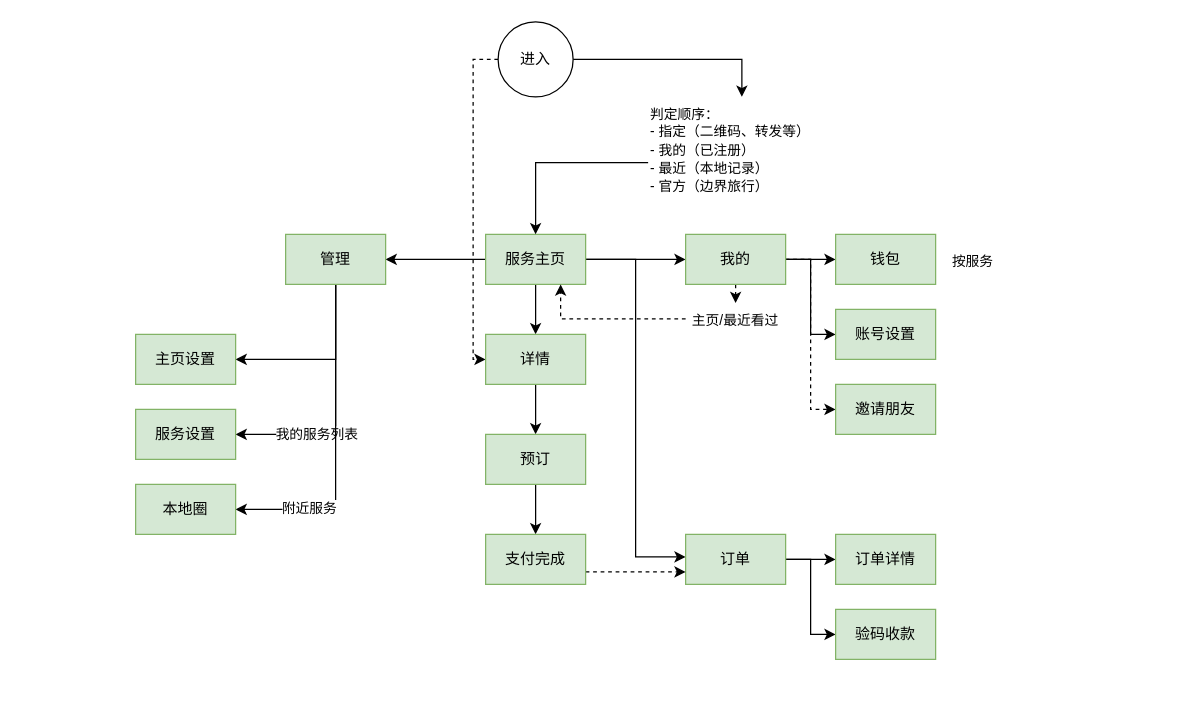
This is bluedge.drawio from sunkeyfong/flowcharts, a draw.io file, before an edit. Source tidied: cells renumbered, new cells numbered last; positions are measured from the earlier drawing's top-left corner, leaving out a move shared by most shapes. Both pictures are drawn from the tidied source at 125%, with x=0, y=0 at pixel (135, 21).
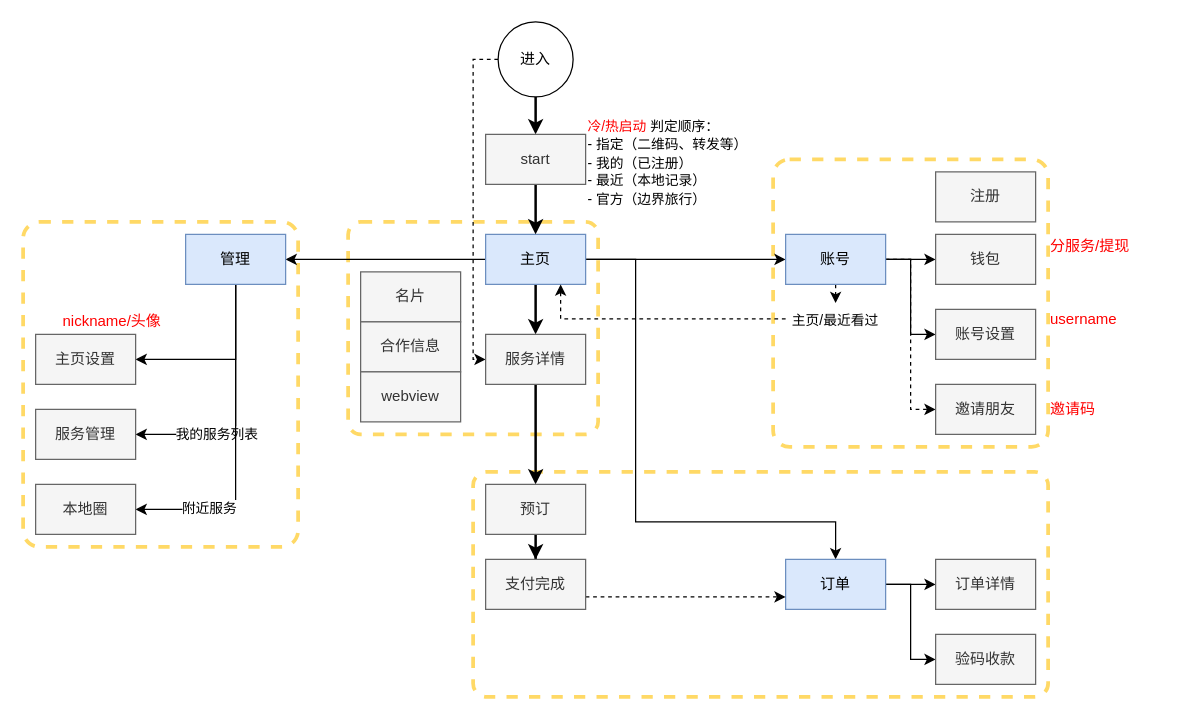
After the change.

The change refers to these unchanged cells:
```xml
<mxCell id="4" value="进入" style="ellipse;whiteSpace=wrap;html=1;" parent="1" vertex="1">
  <mxGeometry x="290" width="60" height="60" as="geometry" />
</mxCell>
```

Diff of the diagram source:
```diff
@@
-    <mxCell id="2" style="edgeStyle=orthogonalEdgeStyle;rounded=0;jettySize=auto;html=1;exitX=1;exitY=0.5;exitDx=0;exitDy=0;entryX=0.5;entryY=0;entryDx=0;entryDy=0;" parent="1" edge="1" source="4" target="11">
-      <mxGeometry relative="1" as="geometry" />
-    </mxCell>
+    <mxCell id="43" style="rounded=1;whiteSpace=wrap;html=1;fillColor=none;dashed=1;sketch=0;arcSize=6;strokeColor=#FFD966;strokeWidth=3;" parent="1" vertex="1">
+      <mxGeometry x="510" y="110" width="220" height="230" as="geometry" />
+    </mxCell>
+    <mxCell id="44" style="rounded=1;whiteSpace=wrap;html=1;fillColor=none;dashed=1;sketch=0;arcSize=6;strokeColor=#FFD966;strokeWidth=3;" parent="1" vertex="1">
+      <mxGeometry x="-90" y="160" width="220" height="260" as="geometry" />
+    </mxCell>
+    <mxCell id="45" style="rounded=1;whiteSpace=wrap;html=1;fillColor=none;dashed=1;sketch=0;arcSize=6;strokeColor=#FFD966;strokeWidth=3;" parent="1" vertex="1">
+      <mxGeometry x="170" y="160" width="200" height="170" as="geometry" />
+    </mxCell>
+    <mxCell id="46" style="rounded=1;whiteSpace=wrap;html=1;fillColor=none;dashed=1;sketch=0;arcSize=6;strokeColor=#FFD966;strokeWidth=3;" parent="1" vertex="1">
+      <mxGeometry x="270" y="360" width="460" height="180" as="geometry" />
+    </mxCell>
@@
+    <mxCell id="47" style="edgeStyle=orthogonalEdgeStyle;rounded=0;jettySize=auto;html=1;strokeColor=#000000;strokeWidth=2;fontColor=#FF0000;" parent="1" edge="1" source="4" target="57">
+      <mxGeometry relative="1" as="geometry" />
+    </mxCell>
@@
-    <mxCell id="5" style="edgeStyle=orthogonalEdgeStyle;rounded=0;jettySize=auto;html=1;" parent="1" edge="1" source="9" target="13">
+    <mxCell id="5" style="edgeStyle=orthogonalEdgeStyle;rounded=0;jettySize=auto;html=1;strokeWidth=2;" parent="1" edge="1" source="9" target="13">
       <mxGeometry relative="1" as="geometry" />
     </mxCell>
     <mxCell id="6" style="edgeStyle=orthogonalEdgeStyle;rounded=0;jettySize=auto;html=1;" parent="1" edge="1" source="9" target="21">
       <mxGeometry relative="1" as="geometry">
         <Array as="points">
           <mxPoint x="400" y="190" />
-          <mxPoint x="400" y="428" />
+          <mxPoint x="400" y="400" />
+          <mxPoint x="560" y="400" />
         </Array>
       </mxGeometry>
     </mxCell>
@@
-    <mxCell id="9" value="服务主页" style="rounded=0;whiteSpace=wrap;html=1;fillColor=#d5e8d4;strokeColor=#82b366;" parent="1" vertex="1">
+    <mxCell id="9" value="主页" style="rounded=0;whiteSpace=wrap;html=1;fillColor=#dae8fc;strokeColor=#6c8ebf;" parent="1" vertex="1">
       <mxGeometry x="280" y="170" width="80" height="40" as="geometry" />
     </mxCell>
-    <mxCell id="10" style="edgeStyle=orthogonalEdgeStyle;rounded=0;jettySize=auto;html=1;exitX=0;exitY=0.75;exitDx=0;exitDy=0;entryX=0.5;entryY=0;entryDx=0;entryDy=0;" parent="1" edge="1" source="11" target="9">
-      <mxGeometry relative="1" as="geometry" />
-    </mxCell>
-    <mxCell id="11" value="&lt;span style=&quot;color: rgb(0 , 0 , 0) ; font-family: &amp;#34;helvetica&amp;#34; ; font-size: 11px ; font-style: normal ; font-weight: normal ; letter-spacing: normal ; text-align: center ; text-indent: 0px ; text-transform: none ; word-spacing: 0px ; background-color: rgb(255 , 255 , 255) ; text-decoration: none ; display: inline ; float: none&quot;&gt;判定顺序：&lt;br&gt;- 指定（二维码、转发等）&lt;/span&gt;&lt;br style=&quot;color: rgb(0 , 0 , 0) ; font-family: &amp;#34;helvetica&amp;#34; ; font-size: 11px ; font-style: normal ; font-weight: normal ; letter-spacing: normal ; text-align: center ; text-indent: 0px ; text-transform: none ; word-spacing: 0px ; background-color: rgb(255 , 255 , 255) ; text-decoration: none&quot;&gt;&lt;span style=&quot;color: rgb(0 , 0 , 0) ; font-family: &amp;#34;helvetica&amp;#34; ; font-size: 11px ; font-style: normal ; font-weight: normal ; letter-spacing: normal ; text-align: center ; text-indent: 0px ; text-transform: none ; word-spacing: 0px ; background-color: rgb(255 , 255 , 255) ; text-decoration: none ; display: inline ; float: none&quot;&gt;- 我的（已注册）&lt;/span&gt;&lt;br style=&quot;color: rgb(0 , 0 , 0) ; font-family: &amp;#34;helvetica&amp;#34; ; font-size: 11px ; font-style: normal ; font-weight: normal ; letter-spacing: normal ; text-align: center ; text-indent: 0px ; text-transform: none ; word-spacing: 0px ; background-color: rgb(255 , 255 , 255) ; text-decoration: none&quot;&gt;&lt;span style=&quot;color: rgb(0 , 0 , 0) ; font-family: &amp;#34;helvetica&amp;#34; ; font-size: 11px ; font-style: normal ; font-weight: normal ; letter-spacing: normal ; text-align: center ; text-indent: 0px ; text-transform: none ; word-spacing: 0px ; background-color: rgb(255 , 255 , 255) ; text-decoration: none ; display: inline ; float: none&quot;&gt;- 最近（本地记录）&lt;/span&gt;&lt;br style=&quot;color: rgb(0 , 0 , 0) ; font-family: &amp;#34;helvetica&amp;#34; ; font-size: 11px ; font-style: normal ; font-weight: normal ; letter-spacing: normal ; text-align: center ; text-indent: 0px ; text-transform: none ; word-spacing: 0px ; background-color: rgb(255 , 255 , 255) ; text-decoration: none&quot;&gt;&lt;span style=&quot;color: rgb(0 , 0 , 0) ; font-family: &amp;#34;helvetica&amp;#34; ; font-size: 11px ; font-style: normal ; font-weight: normal ; letter-spacing: normal ; text-align: center ; text-indent: 0px ; text-transform: none ; word-spacing: 0px ; background-color: rgb(255 , 255 , 255) ; text-decoration: none ; display: inline ; float: none&quot;&gt;- 官方（边界旅行）&lt;/span&gt;" style="text;whiteSpace=wrap;html=1;" parent="1" vertex="1">
-      <mxGeometry x="410" y="60" width="150" height="70" as="geometry" />
+    <mxCell id="11" value="&lt;span style=&quot;font-family: &amp;#34;helvetica&amp;#34; ; font-size: 11px ; font-style: normal ; font-weight: normal ; letter-spacing: normal ; text-align: center ; text-indent: 0px ; text-transform: none ; word-spacing: 0px ; background-color: rgb(255 , 255 , 255) ; text-decoration: none ; display: inline ; float: none&quot;&gt;&lt;font color=&quot;#ff0000&quot;&gt;冷/热启动&lt;/font&gt;&lt;/span&gt;&lt;span style=&quot;color: rgb(0 , 0 , 0) ; font-family: &amp;#34;helvetica&amp;#34; ; font-size: 11px ; font-style: normal ; font-weight: normal ; letter-spacing: normal ; text-align: center ; text-indent: 0px ; text-transform: none ; word-spacing: 0px ; background-color: rgb(255 , 255 , 255) ; text-decoration: none ; display: inline ; float: none&quot;&gt;&amp;nbsp;判定顺序：&lt;br&gt;- 指定（二维码、转发等）&lt;/span&gt;&lt;br style=&quot;color: rgb(0 , 0 , 0) ; font-family: &amp;#34;helvetica&amp;#34; ; font-size: 11px ; font-style: normal ; font-weight: normal ; letter-spacing: normal ; text-align: center ; text-indent: 0px ; text-transform: none ; word-spacing: 0px ; background-color: rgb(255 , 255 , 255) ; text-decoration: none&quot;&gt;&lt;span style=&quot;color: rgb(0 , 0 , 0) ; font-family: &amp;#34;helvetica&amp;#34; ; font-size: 11px ; font-style: normal ; font-weight: normal ; letter-spacing: normal ; text-align: center ; text-indent: 0px ; text-transform: none ; word-spacing: 0px ; background-color: rgb(255 , 255 , 255) ; text-decoration: none ; display: inline ; float: none&quot;&gt;- 我的（已注册）&lt;/span&gt;&lt;br style=&quot;color: rgb(0 , 0 , 0) ; font-family: &amp;#34;helvetica&amp;#34; ; font-size: 11px ; font-style: normal ; font-weight: normal ; letter-spacing: normal ; text-align: center ; text-indent: 0px ; text-transform: none ; word-spacing: 0px ; background-color: rgb(255 , 255 , 255) ; text-decoration: none&quot;&gt;&lt;span style=&quot;color: rgb(0 , 0 , 0) ; font-family: &amp;#34;helvetica&amp;#34; ; font-size: 11px ; font-style: normal ; font-weight: normal ; letter-spacing: normal ; text-align: center ; text-indent: 0px ; text-transform: none ; word-spacing: 0px ; background-color: rgb(255 , 255 , 255) ; text-decoration: none ; display: inline ; float: none&quot;&gt;- 最近（本地记录）&lt;/span&gt;&lt;br style=&quot;color: rgb(0 , 0 , 0) ; font-family: &amp;#34;helvetica&amp;#34; ; font-size: 11px ; font-style: normal ; font-weight: normal ; letter-spacing: normal ; text-align: center ; text-indent: 0px ; text-transform: none ; word-spacing: 0px ; background-color: rgb(255 , 255 , 255) ; text-decoration: none&quot;&gt;&lt;span style=&quot;color: rgb(0 , 0 , 0) ; font-family: &amp;#34;helvetica&amp;#34; ; font-size: 11px ; font-style: normal ; font-weight: normal ; letter-spacing: normal ; text-align: center ; text-indent: 0px ; text-transform: none ; word-spacing: 0px ; background-color: rgb(255 , 255 , 255) ; text-decoration: none ; display: inline ; float: none&quot;&gt;- 官方（边界旅行）&lt;/span&gt;" style="text;whiteSpace=wrap;html=1;" parent="1" vertex="1">
+      <mxGeometry x="360" y="70" width="150" height="70" as="geometry" />
     </mxCell>
-    <mxCell id="12" style="edgeStyle=orthogonalEdgeStyle;rounded=0;jettySize=auto;html=1;startArrow=none;startFill=0;" parent="1" edge="1" source="13" target="23">
+    <mxCell id="12" style="edgeStyle=orthogonalEdgeStyle;rounded=0;jettySize=auto;html=1;startArrow=none;startFill=0;strokeWidth=2;" parent="1" edge="1" source="13" target="23">
       <mxGeometry relative="1" as="geometry" />
     </mxCell>
-    <mxCell id="13" value="详情" style="rounded=0;whiteSpace=wrap;html=1;fillColor=#d5e8d4;strokeColor=#82b366;" parent="1" vertex="1">
+    <mxCell id="13" value="服务详情" style="rounded=0;whiteSpace=wrap;html=1;fillColor=#f5f5f5;strokeColor=#666666;fontColor=#333333;" parent="1" vertex="1">
       <mxGeometry x="280" y="250" width="80" height="40" as="geometry" />
     </mxCell>
@@
-    <mxCell id="18" value="我的" style="rounded=0;whiteSpace=wrap;html=1;fillColor=#d5e8d4;strokeColor=#82b366;" parent="1" vertex="1">
-      <mxGeometry x="440" y="170" width="80" height="40" as="geometry" />
+    <mxCell id="18" value="账号" style="rounded=0;whiteSpace=wrap;html=1;fillColor=#dae8fc;strokeColor=#6c8ebf;" parent="1" vertex="1">
+      <mxGeometry x="520" y="170" width="80" height="40" as="geometry" />
     </mxCell>
@@
-    <mxCell id="21" value="订单" style="rounded=0;whiteSpace=wrap;html=1;fillColor=#d5e8d4;strokeColor=#82b366;" parent="1" vertex="1">
-      <mxGeometry x="440" y="410" width="80" height="40" as="geometry" />
+    <mxCell id="21" value="订单" style="rounded=0;whiteSpace=wrap;html=1;fillColor=#dae8fc;strokeColor=#6c8ebf;" parent="1" vertex="1">
+      <mxGeometry x="520" y="430" width="80" height="40" as="geometry" />
     </mxCell>
-    <mxCell id="22" style="edgeStyle=orthogonalEdgeStyle;rounded=0;jettySize=auto;html=1;startArrow=none;startFill=0;" parent="1" edge="1" source="23" target="25">
+    <mxCell id="22" style="edgeStyle=orthogonalEdgeStyle;rounded=0;jettySize=auto;html=1;startArrow=none;startFill=0;strokeWidth=2;" parent="1" edge="1" source="23" target="25">
       <mxGeometry relative="1" as="geometry" />
     </mxCell>
-    <mxCell id="23" value="预订" style="rounded=0;whiteSpace=wrap;html=1;fillColor=#d5e8d4;strokeColor=#82b366;" parent="1" vertex="1">
-      <mxGeometry x="280" y="330" width="80" height="40" as="geometry" />
+    <mxCell id="23" value="预订" style="rounded=0;whiteSpace=wrap;html=1;fillColor=#f5f5f5;strokeColor=#666666;fontColor=#333333;" parent="1" vertex="1">
+      <mxGeometry x="280" y="370" width="80" height="40" as="geometry" />
     </mxCell>
     <mxCell id="24" style="edgeStyle=orthogonalEdgeStyle;rounded=0;jettySize=auto;html=1;startArrow=none;startFill=0;dashed=1;exitX=1;exitY=0.75;exitDx=0;exitDy=0;" parent="1" edge="1" source="25">
       <mxGeometry relative="1" as="geometry">
-        <mxPoint x="440" y="440" as="targetPoint" />
-        <Array as="points">
-          <mxPoint x="390" y="440" />
-          <mxPoint x="390" y="440" />
-        </Array>
+        <mxPoint x="520" y="460" as="targetPoint" />
       </mxGeometry>
     </mxCell>
-    <mxCell id="25" value="支付完成" style="rounded=0;whiteSpace=wrap;html=1;fillColor=#d5e8d4;strokeColor=#82b366;" parent="1" vertex="1">
-      <mxGeometry x="280" y="410" width="80" height="40" as="geometry" />
+    <mxCell id="25" value="支付完成" style="rounded=0;whiteSpace=wrap;html=1;fillColor=#f5f5f5;strokeColor=#666666;fontColor=#333333;" parent="1" vertex="1">
+      <mxGeometry x="280" y="430" width="80" height="40" as="geometry" />
     </mxCell>
-    <mxCell id="26" value="订单详情" style="rounded=0;whiteSpace=wrap;html=1;fillColor=#d5e8d4;strokeColor=#82b366;" parent="1" vertex="1">
-      <mxGeometry x="560" y="410" width="80" height="40" as="geometry" />
+    <mxCell id="26" value="订单详情" style="rounded=0;whiteSpace=wrap;html=1;fillColor=#f5f5f5;strokeColor=#666666;fontColor=#333333;" parent="1" vertex="1">
+      <mxGeometry x="640" y="430" width="80" height="40" as="geometry" />
     </mxCell>
@@
-    <mxCell id="32" value="管理" style="rounded=0;whiteSpace=wrap;html=1;fillColor=#d5e8d4;strokeColor=#82b366;" parent="1" vertex="1">
-      <mxGeometry x="120" y="170" width="80" height="40" as="geometry" />
+    <mxCell id="32" value="管理" style="rounded=0;whiteSpace=wrap;html=1;fillColor=#dae8fc;strokeColor=#6c8ebf;" parent="1" vertex="1">
+      <mxGeometry x="40" y="170" width="80" height="40" as="geometry" />
     </mxCell>
-    <mxCell id="33" value="服务设置" style="rounded=0;whiteSpace=wrap;html=1;fillColor=#d5e8d4;strokeColor=#82b366;" parent="1" vertex="1">
-      <mxGeometry y="310" width="80" height="40" as="geometry" />
+    <mxCell id="33" value="服务管理" style="rounded=0;whiteSpace=wrap;html=1;fillColor=#f5f5f5;strokeColor=#666666;fontColor=#333333;" parent="1" vertex="1">
+      <mxGeometry x="-80" y="310" width="80" height="40" as="geometry" />
     </mxCell>
-    <mxCell id="34" value="账号设置" style="rounded=0;whiteSpace=wrap;html=1;fillColor=#d5e8d4;strokeColor=#82b366;" parent="1" vertex="1">
-      <mxGeometry x="560" y="230" width="80" height="40" as="geometry" />
+    <mxCell id="34" value="账号设置" style="rounded=0;whiteSpace=wrap;html=1;fillColor=#f5f5f5;strokeColor=#666666;fontColor=#333333;" parent="1" vertex="1">
+      <mxGeometry x="640" y="230" width="80" height="40" as="geometry" />
     </mxCell>
@@
     <mxCell id="36" value="&lt;font face=&quot;helvetica&quot;&gt;&lt;span style=&quot;font-size: 11px ; background-color: rgb(255 , 255 , 255)&quot;&gt;主页/最近看过&lt;/span&gt;&lt;/font&gt;" style="text;whiteSpace=wrap;html=1;align=center;" parent="1" vertex="1">
-      <mxGeometry x="440" y="225" width="80" height="25" as="geometry" />
+      <mxGeometry x="520" y="225" width="80" height="25" as="geometry" />
     </mxCell>
-    <mxCell id="37" value="钱包" style="rounded=0;whiteSpace=wrap;html=1;fillColor=#d5e8d4;strokeColor=#82b366;" parent="1" vertex="1">
-      <mxGeometry x="560" y="170" width="80" height="40" as="geometry" />
+    <mxCell id="37" value="钱包" style="rounded=0;whiteSpace=wrap;html=1;fillColor=#f5f5f5;strokeColor=#666666;fontColor=#333333;" parent="1" vertex="1">
+      <mxGeometry x="640" y="170" width="80" height="40" as="geometry" />
     </mxCell>
-    <mxCell id="38" value="主页设置" style="rounded=0;whiteSpace=wrap;html=1;fillColor=#d5e8d4;strokeColor=#82b366;" parent="1" vertex="1">
-      <mxGeometry y="250" width="80" height="40" as="geometry" />
+    <mxCell id="38" value="主页设置" style="rounded=0;whiteSpace=wrap;html=1;fillColor=#f5f5f5;strokeColor=#666666;fontColor=#333333;" parent="1" vertex="1">
+      <mxGeometry x="-80" y="250" width="80" height="40" as="geometry" />
     </mxCell>
-    <mxCell id="39" value="本地圈" style="rounded=0;whiteSpace=wrap;html=1;fillColor=#d5e8d4;strokeColor=#82b366;" parent="1" vertex="1">
-      <mxGeometry y="370" width="80" height="40" as="geometry" />
+    <mxCell id="39" value="本地圈" style="rounded=0;whiteSpace=wrap;html=1;fillColor=#f5f5f5;strokeColor=#666666;fontColor=#333333;" parent="1" vertex="1">
+      <mxGeometry x="-80" y="370" width="80" height="40" as="geometry" />
     </mxCell>
-    <mxCell id="40" value="邀请朋友" style="rounded=0;whiteSpace=wrap;html=1;fillColor=#d5e8d4;strokeColor=#82b366;" parent="1" vertex="1">
-      <mxGeometry x="560" y="290" width="80" height="40" as="geometry" />
+    <mxCell id="40" value="邀请朋友" style="rounded=0;whiteSpace=wrap;html=1;fillColor=#f5f5f5;strokeColor=#666666;fontColor=#333333;" parent="1" vertex="1">
+      <mxGeometry x="640" y="290" width="80" height="40" as="geometry" />
     </mxCell>
-    <mxCell id="41" value="&lt;font face=&quot;helvetica&quot;&gt;&lt;span style=&quot;font-size: 11px ; background-color: rgb(255 , 255 , 255)&quot;&gt;按服务&lt;/span&gt;&lt;/font&gt;" style="text;whiteSpace=wrap;html=1;align=center;" parent="1" vertex="1">
-      <mxGeometry x="640" y="177.5" width="60" height="25" as="geometry" />
-    </mxCell>
-    <mxCell id="42" value="验码收款" style="rounded=0;whiteSpace=wrap;html=1;fillColor=#d5e8d4;strokeColor=#82b366;" parent="1" vertex="1">
-      <mxGeometry x="560" y="470" width="80" height="40" as="geometry" />
+    <mxCell id="42" value="验码收款" style="rounded=0;whiteSpace=wrap;html=1;fillColor=#f5f5f5;strokeColor=#666666;fontColor=#333333;" parent="1" vertex="1">
+      <mxGeometry x="640" y="490" width="80" height="40" as="geometry" />
     </mxCell>
+    <mxCell id="48" value="名片" style="rounded=0;whiteSpace=wrap;html=1;fillColor=#f5f5f5;strokeColor=#666666;fontColor=#333333;" parent="1" vertex="1">
+      <mxGeometry x="180" y="200" width="80" height="40" as="geometry" />
+    </mxCell>
+    <mxCell id="49" value="合作信息" style="rounded=0;whiteSpace=wrap;html=1;fillColor=#f5f5f5;strokeColor=#666666;fontColor=#333333;" parent="1" vertex="1">
+      <mxGeometry x="180" y="240" width="80" height="40" as="geometry" />
+    </mxCell>
+    <mxCell id="50" value="nickname/头像" style="text;html=1;strokeColor=none;fillColor=none;align=left;verticalAlign=middle;whiteSpace=wrap;rounded=0;dashed=1;sketch=0;fontColor=#FF0000;" parent="1" vertex="1">
+      <mxGeometry x="-60" y="230" width="100" height="20" as="geometry" />
+    </mxCell>
+    <mxCell id="51" value="username" style="text;html=1;strokeColor=none;fillColor=none;align=left;verticalAlign=middle;whiteSpace=wrap;rounded=0;dashed=1;sketch=0;fontColor=#FF0000;" parent="1" vertex="1">
+      <mxGeometry x="730" y="227.5" width="100" height="20" as="geometry" />
+    </mxCell>
+    <mxCell id="52" value="分服务/提现" style="text;html=1;strokeColor=none;fillColor=none;align=left;verticalAlign=middle;whiteSpace=wrap;rounded=0;dashed=1;sketch=0;fontColor=#FF0000;" parent="1" vertex="1">
+      <mxGeometry x="730" y="170" width="100" height="20" as="geometry" />
+    </mxCell>
+    <mxCell id="53" value="邀请码" style="text;html=1;strokeColor=none;fillColor=none;align=left;verticalAlign=middle;whiteSpace=wrap;rounded=0;dashed=1;sketch=0;fontColor=#FF0000;" parent="1" vertex="1">
+      <mxGeometry x="730" y="300" width="100" height="20" as="geometry" />
+    </mxCell>
+    <mxCell id="54" value="注册" style="rounded=0;whiteSpace=wrap;html=1;fillColor=#f5f5f5;strokeColor=#666666;fontColor=#333333;" parent="1" vertex="1">
+      <mxGeometry x="640" y="120" width="80" height="40" as="geometry" />
+    </mxCell>
+    <mxCell id="55" value="webview" style="rounded=0;whiteSpace=wrap;html=1;fillColor=#f5f5f5;strokeColor=#666666;fontColor=#333333;" parent="1" vertex="1">
+      <mxGeometry x="180" y="280" width="80" height="40" as="geometry" />
+    </mxCell>
+    <mxCell id="56" style="edgeStyle=orthogonalEdgeStyle;rounded=0;jettySize=auto;html=1;strokeColor=#000000;strokeWidth=2;fontColor=#FF0000;" parent="1" edge="1" source="57" target="9">
+      <mxGeometry relative="1" as="geometry" />
+    </mxCell>
+    <mxCell id="57" value="start" style="rounded=0;whiteSpace=wrap;html=1;fillColor=#f5f5f5;strokeColor=#666666;fontColor=#333333;" parent="1" vertex="1">
+      <mxGeometry x="280" y="90" width="80" height="40" as="geometry" />
+    </mxCell>
```
